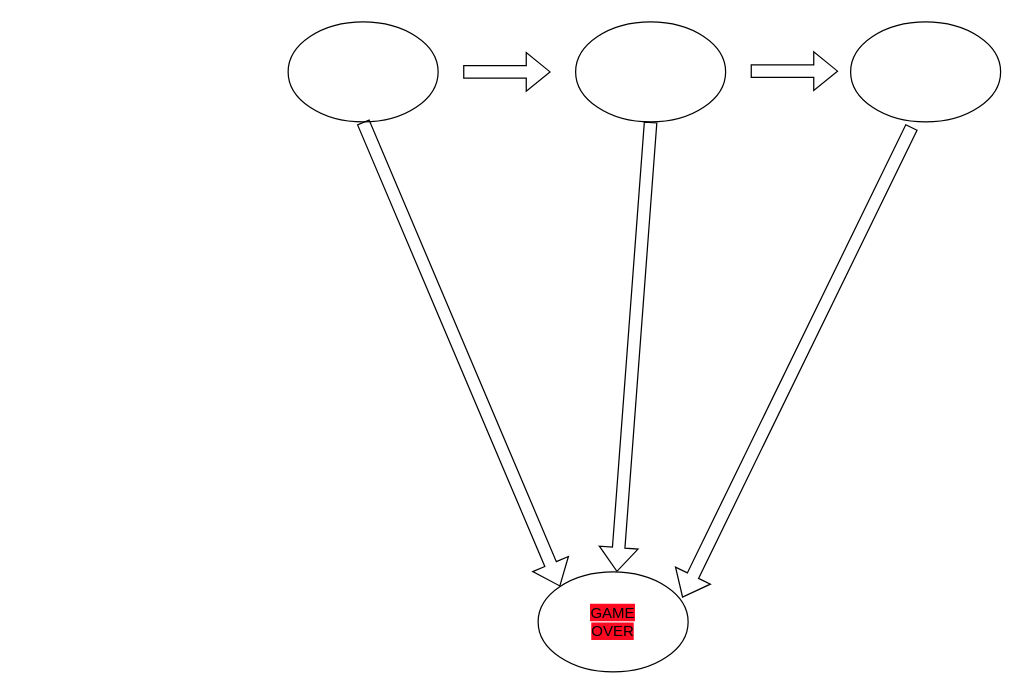
Earlier version of the draw.io diagram AUTO.drawio (i7089/EC). Source tidied: cells renumbered, new cells numbered last; positions are measured from the earlier drawing's top-left corner, leaving out a move shared by most shapes. Both pictures are drawn from the tidied source at 125%, with x=0, y=0 at pixel (288, 21).
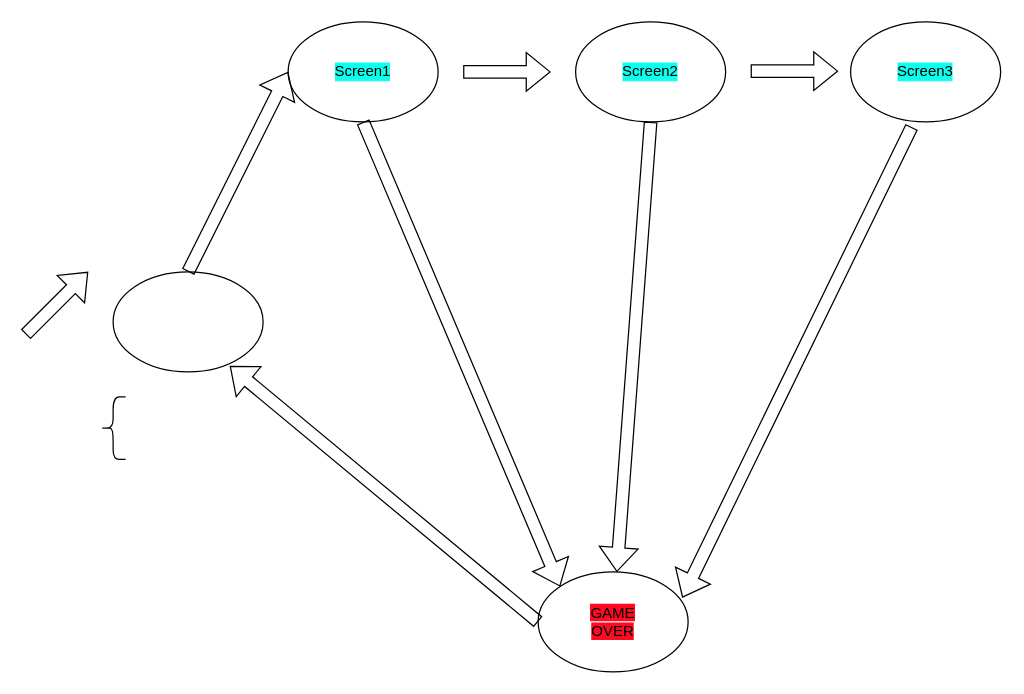
After the change.

Unchanged cells that the change refers to:
```xml
<mxCell id="2" style="ellipse;whiteSpace=wrap;html=1;" parent="1" vertex="1">
  <mxGeometry width="120" height="80" as="geometry" />
</mxCell>
<mxCell id="3" style="ellipse;whiteSpace=wrap;html=1;" parent="1" vertex="1">
  <mxGeometry x="200" y="440" width="120" height="80" as="geometry" />
</mxCell>
```

The edit, as a diff of the source:
```diff
@@
+    <mxCell id="12" value="Screen1" style="text;html=1;align=center;verticalAlign=middle;whiteSpace=wrap;rounded=0;labelBackgroundColor=#0FFFEF;" parent="1" vertex="1">
+      <mxGeometry x="30" y="25" width="60" height="30" as="geometry" />
+    </mxCell>
+    <mxCell id="13" value="&lt;div&gt;Screen2&lt;/div&gt;" style="text;html=1;align=center;verticalAlign=middle;whiteSpace=wrap;rounded=0;labelBackgroundColor=#0FFFEF;" parent="1" vertex="1">
+      <mxGeometry x="260" y="25" width="60" height="30" as="geometry" />
+    </mxCell>
+    <mxCell id="14" value="Screen3" style="text;html=1;align=center;verticalAlign=middle;whiteSpace=wrap;rounded=0;labelBackgroundColor=#0FFFEF;" parent="1" vertex="1">
+      <mxGeometry x="480" y="25" width="60" height="30" as="geometry" />
+    </mxCell>
+    <mxCell id="15" style="ellipse;whiteSpace=wrap;html=1;" parent="1" vertex="1">
+      <mxGeometry x="-140" y="200" width="120" height="80" as="geometry" />
+    </mxCell>
+    <mxCell id="16" style="shape=flexArrow;endArrow=classic;html=1;rounded=0;entryX=0.778;entryY=0.942;entryDx=0;entryDy=0;entryPerimeter=0;exitX=0;exitY=0.5;exitDx=0;exitDy=0;" parent="1" edge="1" source="3" target="15">
+      <mxGeometry relative="1" as="geometry" />
+    </mxCell>
+    <mxCell id="17" style="shape=flexArrow;endArrow=classic;html=1;rounded=0;entryX=0;entryY=0.5;entryDx=0;entryDy=0;exitX=0.5;exitY=0;exitDx=0;exitDy=0;" parent="1" edge="1" source="15" target="2">
+      <mxGeometry relative="1" as="geometry" />
+    </mxCell>
+    <mxCell id="18" style="shape=curlyBracket;whiteSpace=wrap;html=1;rounded=1;labelPosition=left;verticalLabelPosition=middle;align=right;verticalAlign=middle;" parent="1" vertex="1">
+      <mxGeometry x="-150" y="300" width="20" height="50" as="geometry" />
+    </mxCell>
+    <mxCell id="19" style="shape=flexArrow;endArrow=classic;html=1;rounded=0;" parent="1" edge="1">
+      <mxGeometry relative="1" as="geometry">
+        <mxPoint x="-210" y="250" as="sourcePoint" />
+        <mxPoint x="-160" y="200" as="targetPoint" />
+      </mxGeometry>
+    </mxCell>
```
